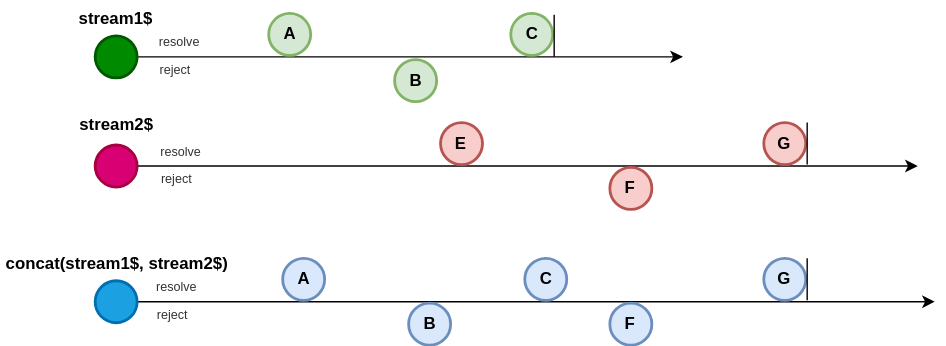
The draw.io diagram docs/public/concat.drawio.svg in fluthjs/fluth-doc, before a commit. Source tidied: cells renumbered, new cells last; positions are measured from the earlier drawing's top-left corner, leaving out a move shared by most shapes.
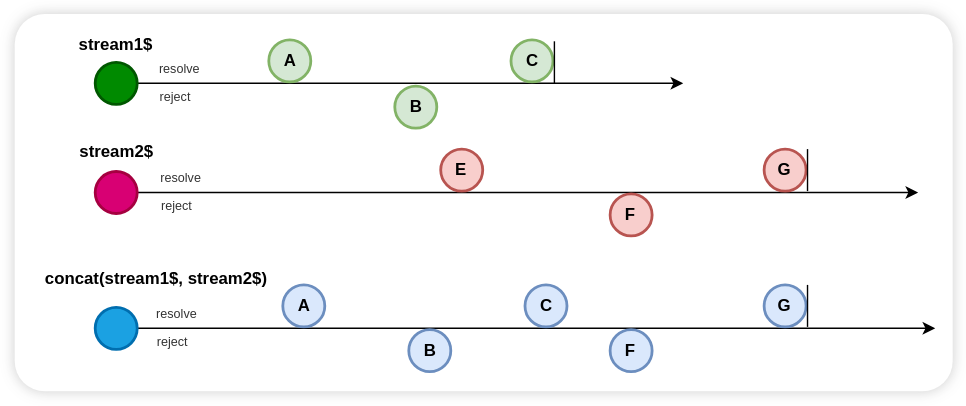
After the change.

Diff of the diagram source:
```diff
@@ -2,6 +2,9 @@
   <root>
     <mxCell id="0" />
     <mxCell id="1" parent="0" />
+    <mxCell id="31" style="rounded=1;whiteSpace=wrap;html=1;fontFamily=Helvetica;fontSize=11;fontColor=default;labelBackgroundColor=default;arcSize=8;shadow=1;glass=0;strokeColor=none;shadowOffsetX=0;shadowOffsetY=0;shadowBlur=5;shadowColor=#333333;" parent="1" vertex="1">
+      <mxGeometry x="10" y="-9.5" width="670" height="269.5" as="geometry" />
+    </mxCell>
     <mxCell id="2" style="edgeStyle=orthogonalEdgeStyle;rounded=0;jettySize=auto;html=1;" parent="1" edge="1" source="3">
       <mxGeometry relative="1" as="geometry">
         <mxPoint x="487.5" y="40" as="targetPoint" />
@@ -58,7 +61,7 @@
       </mxGeometry>
     </mxCell>
     <mxCell id="16" value="concat(stream1$, stream2$)" style="text;whiteSpace=wrap;strokeWidth=1;fontStyle=1;" parent="1" vertex="1">
-      <mxGeometry x="1.8" y="174" width="161.5" height="24" as="geometry" />
+      <mxGeometry x="30" y="166" width="161.5" height="24" as="geometry" />
     </mxCell>
     <mxCell id="17" style="edgeStyle=orthogonalEdgeStyle;rounded=0;jettySize=auto;html=1;" parent="1" edge="1" source="18">
       <mxGeometry relative="1" as="geometry">
```
